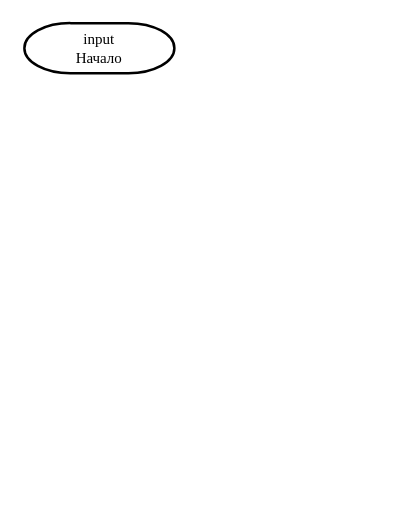
The draw.io diagram page "Ввод" (8 of 12) of Структурные схемы для КП.drawio in noidoRG/my-draw.io, before the edit. Source tidied: cells renumbered, new cells numbered last; positions are measured from the earlier drawing's top-left corner, leaving out a move shared by most shapes. Both pictures are drawn from the tidied source at 125%, with x=0, y=0 at pixel (24, 22).
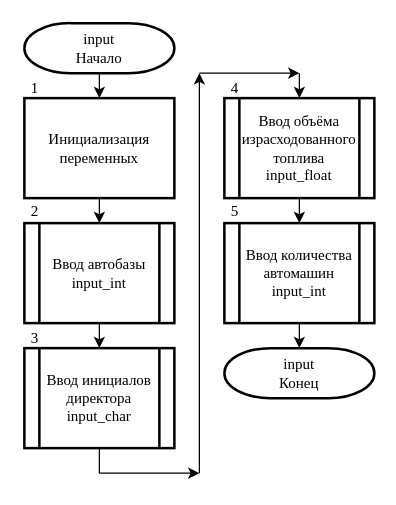
Above is the later version.

Unchanged cells that the change refers to:
```xml
<mxCell id="2" value="input&lt;br&gt;Начало" style="strokeWidth=2;html=1;shape=mxgraph.flowchart.terminator;whiteSpace=wrap;fontFamily=Times New Roman;" parent="1" vertex="1">
  <mxGeometry width="120" height="40" as="geometry" />
</mxCell>
```

Change to the diagram source:
```diff
@@
+    <mxCell id="3" style="edgeStyle=orthogonalEdgeStyle;rounded=0;jettySize=auto;html=1;exitX=0.5;exitY=1;exitDx=0;exitDy=0;exitPerimeter=0;entryX=0.5;entryY=0;entryDx=0;entryDy=0;fontFamily=Times New Roman;" parent="1" edge="1" source="2" target="5">
+      <mxGeometry relative="1" as="geometry" />
+    </mxCell>
@@
+    <mxCell id="4" style="edgeStyle=orthogonalEdgeStyle;rounded=0;jettySize=auto;html=1;exitX=0.5;exitY=1;exitDx=0;exitDy=0;entryX=0.5;entryY=0;entryDx=0;entryDy=0;fontFamily=Times New Roman;" parent="1" edge="1" source="5" target="7">
+      <mxGeometry relative="1" as="geometry" />
+    </mxCell>
+    <mxCell id="5" value="Инициализация переменных" style="rounded=0;whiteSpace=wrap;html=1;strokeWidth=2;fontFamily=Times New Roman;" parent="1" vertex="1">
+      <mxGeometry y="60" width="120" height="80" as="geometry" />
+    </mxCell>
+    <mxCell id="6" style="edgeStyle=orthogonalEdgeStyle;rounded=0;jettySize=auto;html=1;exitX=0.5;exitY=1;exitDx=0;exitDy=0;entryX=0.5;entryY=0;entryDx=0;entryDy=0;fontFamily=Times New Roman;" parent="1" edge="1" source="7" target="8">
+      <mxGeometry relative="1" as="geometry" />
+    </mxCell>
+    <mxCell id="7" value="Ввод автобазы&lt;br&gt;input_int" style="shape=process;whiteSpace=wrap;html=1;backgroundOutline=1;strokeWidth=2;fontFamily=Times New Roman;" parent="1" vertex="1">
+      <mxGeometry y="160" width="120" height="80" as="geometry" />
+    </mxCell>
+    <mxCell id="8" value="Ввод инициалов директора&lt;br&gt;input_char" style="shape=process;whiteSpace=wrap;html=1;backgroundOutline=1;strokeWidth=2;fontFamily=Times New Roman;fontSize=12;fontColor=rgb(0, 0, 0);align=center;strokeColor=rgb(0, 0, 0);fillColor=rgb(255, 255, 255);" parent="1" vertex="1">
+      <mxGeometry y="260" width="120" height="80" as="geometry" />
+    </mxCell>
+    <mxCell id="9" style="edgeStyle=orthogonalEdgeStyle;rounded=0;jettySize=auto;html=1;exitX=0.5;exitY=1;exitDx=0;exitDy=0;entryX=0.5;entryY=0;entryDx=0;entryDy=0;fontFamily=Times New Roman;" parent="1" edge="1" source="10" target="12">
+      <mxGeometry relative="1" as="geometry" />
+    </mxCell>
+    <mxCell id="10" value="Ввод объёма израсходованного топлива&lt;br&gt;input_float" style="shape=process;whiteSpace=wrap;html=1;backgroundOutline=1;strokeWidth=2;fontFamily=Times New Roman;" parent="1" vertex="1">
+      <mxGeometry x="160" y="60" width="120" height="80" as="geometry" />
+    </mxCell>
+    <mxCell id="11" style="edgeStyle=orthogonalEdgeStyle;rounded=0;jettySize=auto;html=1;exitX=0.5;exitY=1;exitDx=0;exitDy=0;entryX=0.5;entryY=0;entryDx=0;entryDy=0;entryPerimeter=0;fontFamily=Times New Roman;" parent="1" edge="1" source="12" target="13">
+      <mxGeometry relative="1" as="geometry" />
+    </mxCell>
+    <mxCell id="12" value="Ввод количества автомашин&lt;br&gt;input_int" style="shape=process;whiteSpace=wrap;html=1;backgroundOutline=1;strokeWidth=2;fontFamily=Times New Roman;" parent="1" vertex="1">
+      <mxGeometry x="160" y="160" width="120" height="80" as="geometry" />
+    </mxCell>
+    <mxCell id="13" value="input&lt;br&gt;Конец" style="strokeWidth=2;html=1;shape=mxgraph.flowchart.terminator;whiteSpace=wrap;fontFamily=Times New Roman;" parent="1" vertex="1">
+      <mxGeometry x="160" y="260" width="120" height="40" as="geometry" />
+    </mxCell>
+    <mxCell id="14" style="endArrow=none;html=1;rounded=0;fontFamily=Times New Roman;" parent="1" edge="1">
+      <mxGeometry relative="1" as="geometry">
+        <mxPoint x="60" y="360" as="sourcePoint" />
+        <mxPoint x="60" y="340" as="targetPoint" />
+      </mxGeometry>
+    </mxCell>
+    <mxCell id="15" style="endArrow=classic;html=1;rounded=0;fontFamily=Times New Roman;" parent="1" edge="1">
+      <mxGeometry relative="1" as="geometry">
+        <mxPoint x="60" y="360" as="sourcePoint" />
+        <mxPoint x="140" y="360" as="targetPoint" />
+      </mxGeometry>
+    </mxCell>
+    <mxCell id="16" style="endArrow=classic;html=1;rounded=0;fontFamily=Times New Roman;" parent="1" edge="1">
+      <mxGeometry relative="1" as="geometry">
+        <mxPoint x="140" y="360" as="sourcePoint" />
+        <mxPoint x="140" y="40" as="targetPoint" />
+      </mxGeometry>
+    </mxCell>
+    <mxCell id="17" style="endArrow=classic;html=1;rounded=0;fontFamily=Times New Roman;" parent="1" edge="1">
+      <mxGeometry relative="1" as="geometry">
+        <mxPoint x="140" y="40" as="sourcePoint" />
+        <mxPoint x="220" y="40" as="targetPoint" />
+      </mxGeometry>
+    </mxCell>
+    <mxCell id="18" style="endArrow=classic;html=1;rounded=0;fontFamily=Times New Roman;entryX=0.5;entryY=0;entryDx=0;entryDy=0;" parent="1" edge="1" target="10">
+      <mxGeometry relative="1" as="geometry">
+        <mxPoint x="220" y="40" as="sourcePoint" />
+      </mxGeometry>
+    </mxCell>
+    <mxCell id="19" value="1" style="text;html=1;align=center;verticalAlign=middle;strokeColor=none;fillColor=none;fontFamily=Times New Roman;" parent="1" vertex="1">
+      <mxGeometry x="-2" y="42" width="20" height="20" as="geometry" />
+    </mxCell>
+    <mxCell id="20" value="2" style="text;html=1;align=center;verticalAlign=middle;strokeColor=none;fillColor=none;fontFamily=Times New Roman;" parent="1" vertex="1">
+      <mxGeometry x="-2" y="141" width="20" height="20" as="geometry" />
+    </mxCell>
+    <mxCell id="21" value="3" style="text;html=1;align=center;verticalAlign=middle;strokeColor=none;fillColor=none;fontFamily=Times New Roman;" parent="1" vertex="1">
+      <mxGeometry x="-2" y="242" width="20" height="20" as="geometry" />
+    </mxCell>
+    <mxCell id="22" value="4" style="text;html=1;align=center;verticalAlign=middle;strokeColor=none;fillColor=none;fontFamily=Times New Roman;" parent="1" vertex="1">
+      <mxGeometry x="158" y="42" width="20" height="20" as="geometry" />
+    </mxCell>
+    <mxCell id="23" value="5" style="text;html=1;align=center;verticalAlign=middle;strokeColor=none;fillColor=none;fontFamily=Times New Roman;" parent="1" vertex="1">
+      <mxGeometry x="158" y="141" width="20" height="20" as="geometry" />
+    </mxCell>
```
